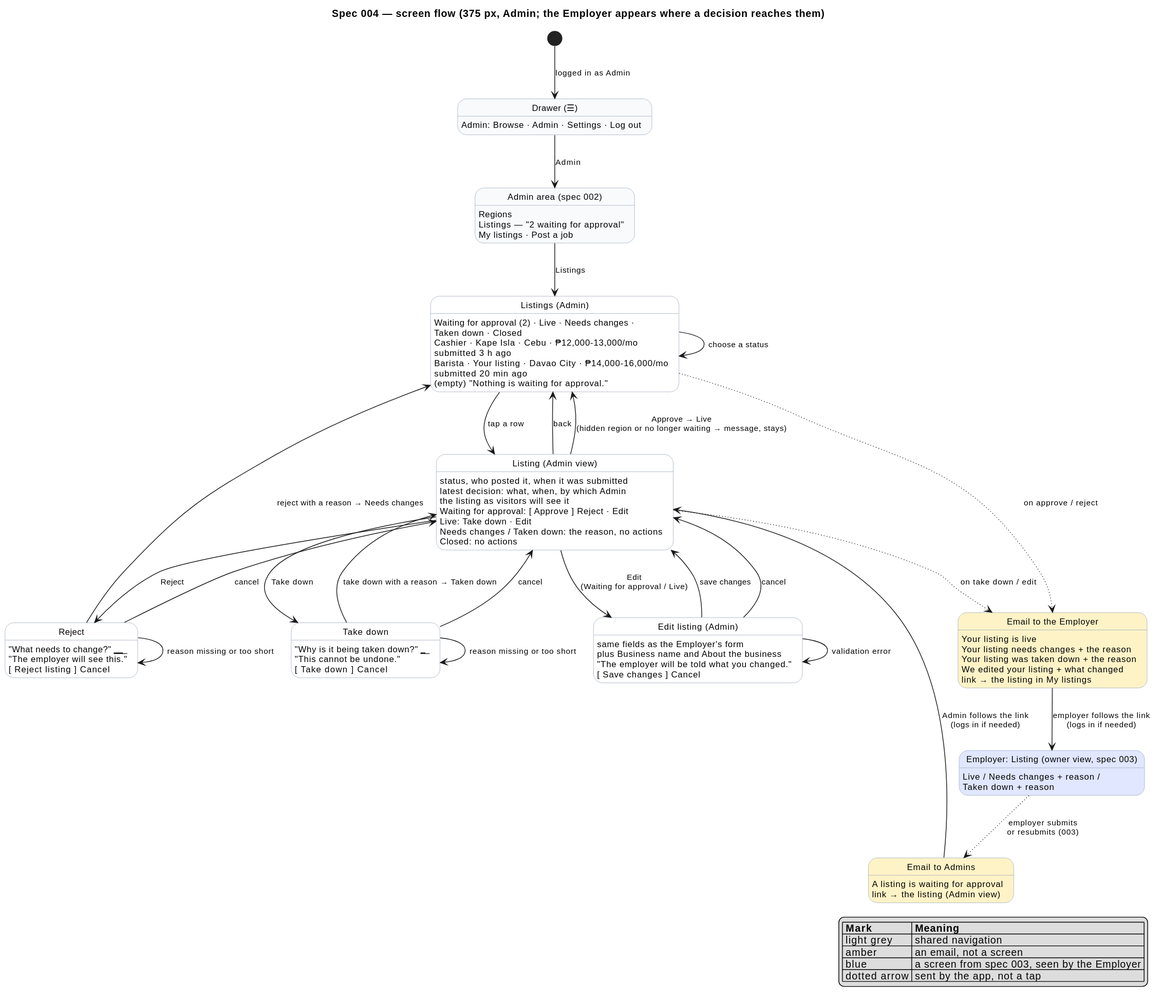
raseniero/jairojobs-elixir keeps this PlantUML diagram as docs/specs/004-listings-admin-moderation/diagrams/screenflow-moderation.svg. Above is the earlier version.
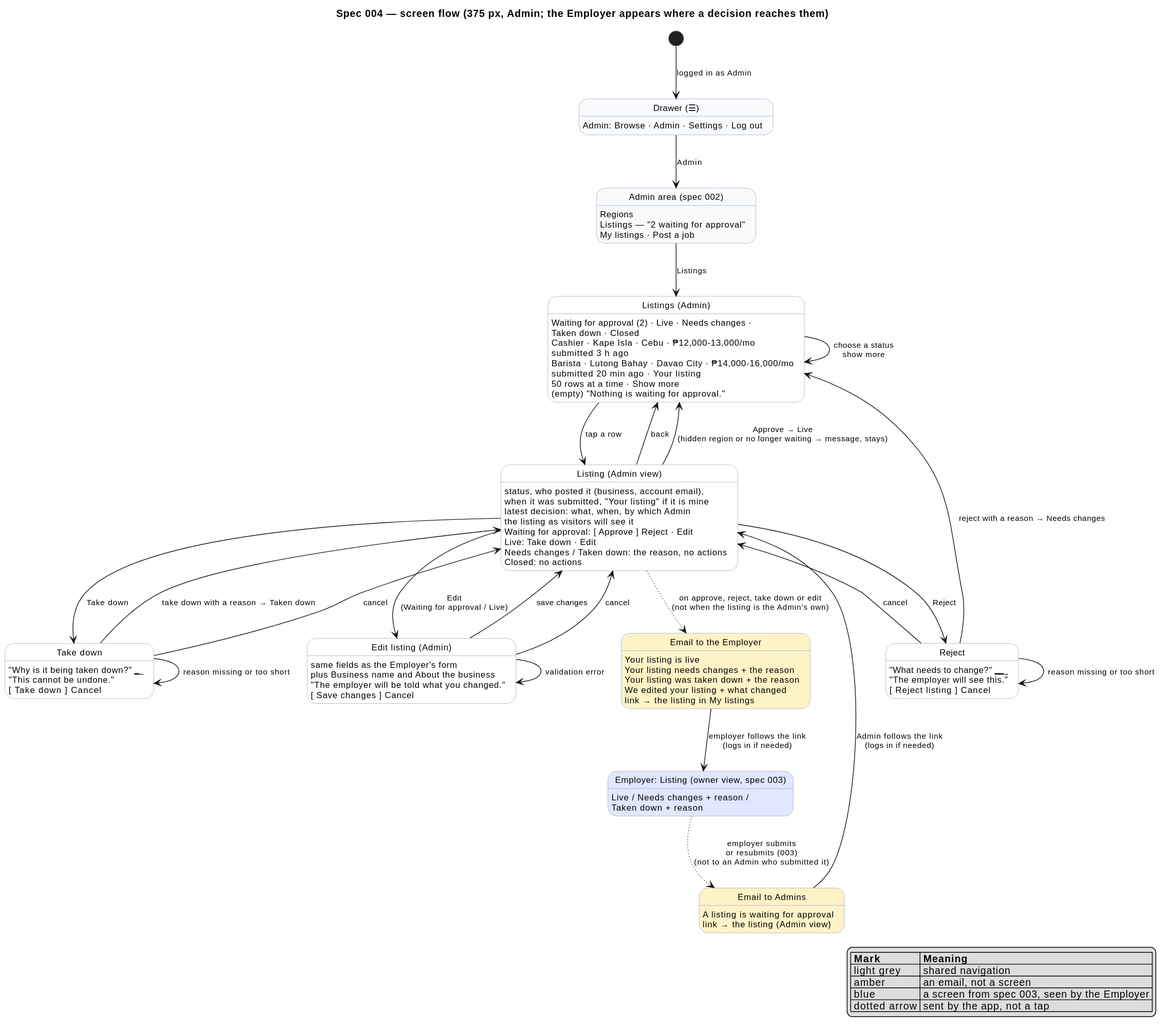
The same file after the commit.

Diff of the diagram source:
```diff
@@ -26,12 +26,14 @@
 Listings : Taken down · Closed
 Listings : Cashier · Kape Isla · Cebu · ₱12,000-13,000/mo
 Listings : submitted 3 h ago
-Listings : Barista · Your listing · Davao City · ₱14,000-16,000/mo
-Listings : submitted 20 min ago
+Listings : Barista · Lutong Bahay · Davao City · ₱14,000-16,000/mo
+Listings : submitted 20 min ago · Your listing
+Listings : 50 rows at a time · Show more
 Listings : (empty) "Nothing is waiting for approval."
 
 state "Listing (Admin view)" as Review
-Review : status, who posted it, when it was submitted
+Review : status, who posted it (business, account email),
+Review : when it was submitted, "Your listing" if it is mine
 Review : latest decision: what, when, by which Admin
 Review : the listing as visitors will see it
 Review : Waiting for approval: [ Approve ] Reject · Edit
@@ -73,7 +75,7 @@
 [*] --> Drawer : logged in as Admin
 Drawer --> AdminArea : Admin
 AdminArea --> Listings : Listings
-Listings --> Listings : choose a status
+Listings --> Listings : choose a status\nshow more
 Listings --> Review : tap a row
 Review --> Listings : back
 Review --> Listings : Approve → Live\n(hidden region or no longer waiting → message, stays)
@@ -90,10 +92,9 @@
 Edit --> Edit : validation error
 Edit --> Review : cancel
 
-Listings -[dotted]-> MailEmployer : on approve / reject
-Review -[dotted]-> MailEmployer : on take down / edit
+Review -[dotted]-> MailEmployer : on approve, reject, take down or edit\n(not when the listing is the Admin's own)
 MailEmployer --> Owner : employer follows the link\n(logs in if needed)
-Owner -[dotted]-> MailAdmins : employer submits\nor resubmits (003)
+Owner -[dotted]-> MailAdmins : employer submits\nor resubmits (003)\n(not to an Admin who submitted it)
 MailAdmins --> Review : Admin follows the link\n(logs in if needed)
 
 legend right
```
